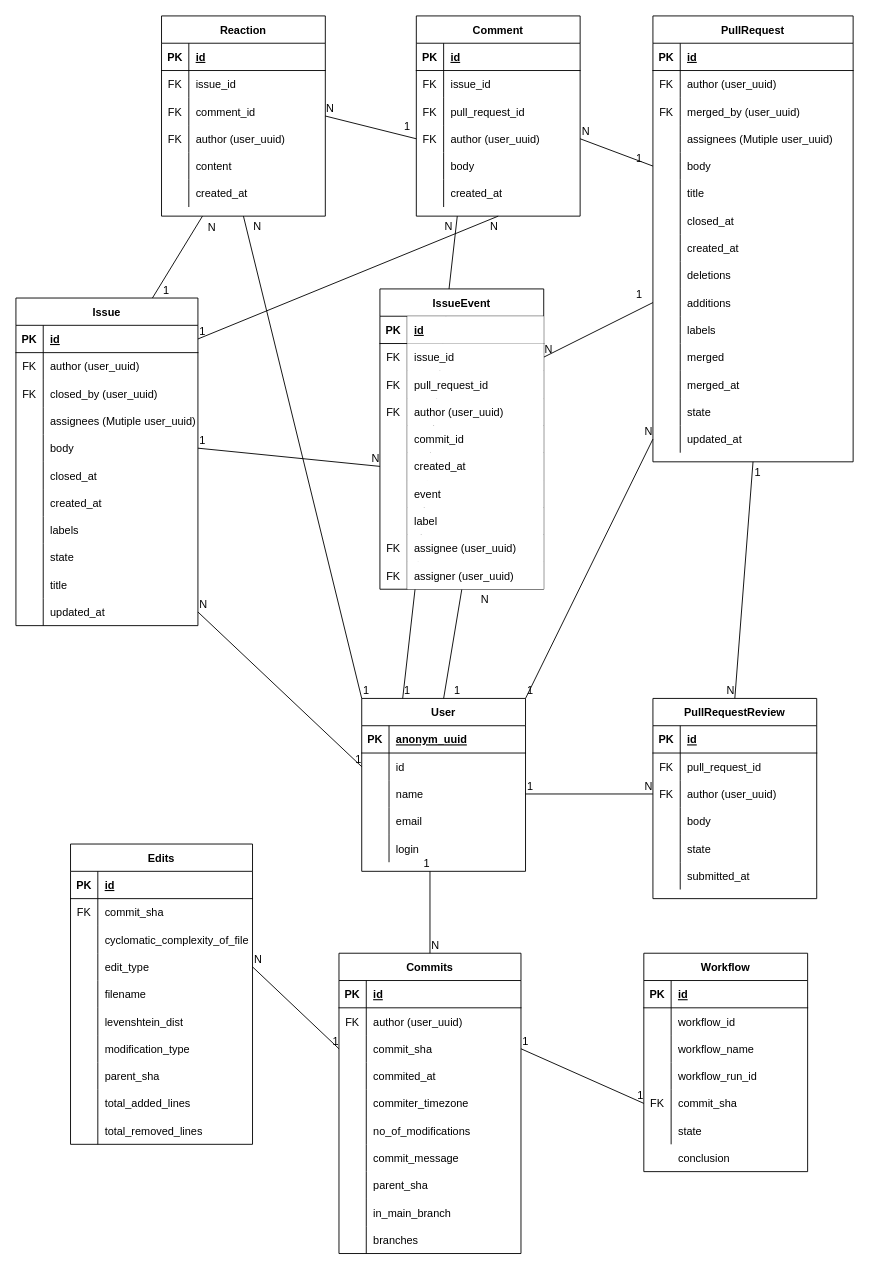
The draw.io diagram docu/ER_diagram/ER_diagram.drawio in TUBAF-IFI-DiPiT/github2pandas, before the edit. Source tidied: cells renumbered, new cells numbered last; positions are measured from the earlier drawing's top-left corner, leaving out a move shared by most shapes. Both pictures are drawn from the tidied source at 91%, with x=0, y=0 at pixel (15, 15).
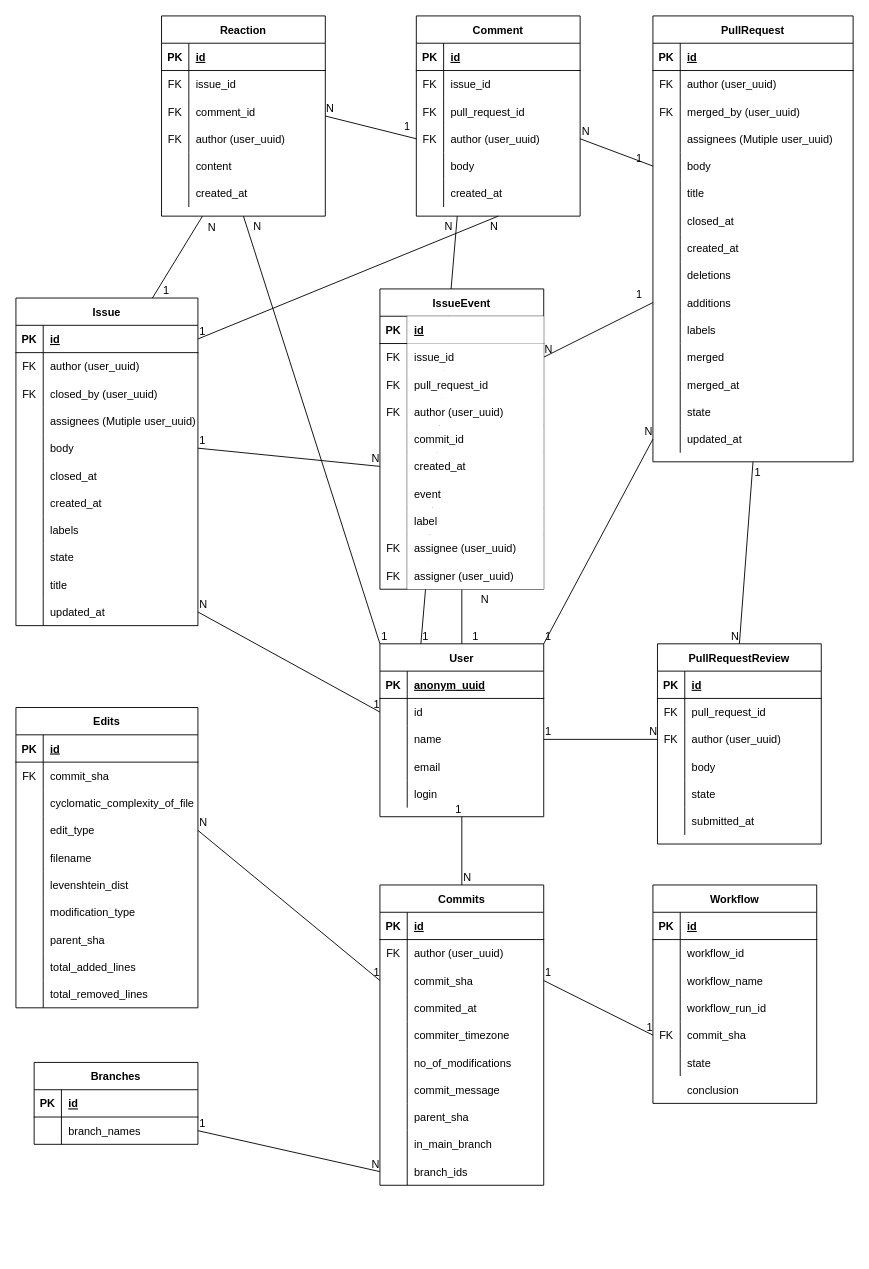
Above is the later version.

Diff of the diagram source:
```diff
@@
     <mxCell id="74" value="User" style="shape=table;startSize=30;childLayout=tableLayout;rowLines=0;fontStyle=1;align=center;" parent="1" vertex="1">
-      <mxGeometry x="380" y="750" width="180" height="190" as="geometry" />
+      <mxGeometry x="400" y="690" width="180" height="190" as="geometry" />
     </mxCell>
@@
     <mxCell id="136" value="PullRequestReview" style="shape=table;startSize=30;childLayout=tableLayout;rowLines=0;fontStyle=1;align=center;" parent="1" vertex="1">
-      <mxGeometry x="700" y="750" width="180" height="220" as="geometry" />
+      <mxGeometry x="705" y="690" width="180" height="220" as="geometry" />
     </mxCell>
@@
     <mxCell id="225" value="Commits" style="shape=table;startSize=30;childLayout=tableLayout;rowLines=0;fontStyle=1;align=center;" parent="1" vertex="1">
-      <mxGeometry x="355" y="1030" width="200" height="330" as="geometry" />
+      <mxGeometry x="400" y="955" width="180" height="330" as="geometry" />
     </mxCell>
     <mxCell id="226" style="shape=partialRectangle;fillColor=none;top=0;left=0;bottom=1;right=0;" parent="225" vertex="1">
-      <mxGeometry y="30" width="200" height="30" as="geometry" />
+      <mxGeometry y="30" width="180" height="30" as="geometry" />
     </mxCell>
@@
     <mxCell id="228" value="id" style="shape=partialRectangle;fillColor=none;top=0;left=0;bottom=0;right=0;align=left;spacingLeft=6;fontStyle=5;overflow=hidden;" parent="226" vertex="1">
-      <mxGeometry x="30" width="170" height="30" as="geometry" />
+      <mxGeometry x="30" width="150" height="30" as="geometry" />
     </mxCell>
     <mxCell id="229" style="shape=partialRectangle;fillColor=none;top=0;left=0;bottom=0;right=0;" parent="225" vertex="1">
-      <mxGeometry y="60" width="200" height="30" as="geometry" />
+      <mxGeometry y="60" width="180" height="30" as="geometry" />
     </mxCell>
@@
     <mxCell id="231" value="author  (user_uuid)" style="shape=partialRectangle;fillColor=none;top=0;left=0;bottom=0;right=0;align=left;spacingLeft=6;overflow=hidden;" parent="229" vertex="1">
-      <mxGeometry x="30" width="170" height="30" as="geometry" />
+      <mxGeometry x="30" width="150" height="30" as="geometry" />
     </mxCell>
     <mxCell id="232" style="shape=partialRectangle;fillColor=none;top=0;left=0;bottom=0;right=0;points=[[0,0.5],[1,0.5]];portConstraint=eastwest;" parent="225" vertex="1">
-      <mxGeometry y="90" width="200" height="30" as="geometry" />
+      <mxGeometry y="90" width="180" height="30" as="geometry" />
     </mxCell>
@@
     <mxCell id="234" value="commit_sha" style="shape=partialRectangle;fillColor=none;top=0;left=0;bottom=0;right=0;align=left;spacingLeft=6;overflow=hidden;" parent="232" vertex="1">
-      <mxGeometry x="30" width="170" height="30" as="geometry" />
+      <mxGeometry x="30" width="150" height="30" as="geometry" />
     </mxCell>
     <mxCell id="235" style="shape=partialRectangle;fillColor=none;top=0;left=0;bottom=0;right=0;" parent="225" vertex="1">
-      <mxGeometry y="120" width="200" height="30" as="geometry" />
+      <mxGeometry y="120" width="180" height="30" as="geometry" />
     </mxCell>
@@
     <mxCell id="237" value="commited_at" style="shape=partialRectangle;fillColor=none;top=0;left=0;bottom=0;right=0;align=left;spacingLeft=6;overflow=hidden;" parent="235" vertex="1">
-      <mxGeometry x="30" width="170" height="30" as="geometry" />
+      <mxGeometry x="30" width="150" height="30" as="geometry" />
     </mxCell>
     <mxCell id="238" style="shape=partialRectangle;fillColor=none;top=0;left=0;bottom=0;right=0;" parent="225" vertex="1">
-      <mxGeometry y="150" width="200" height="30" as="geometry" />
+      <mxGeometry y="150" width="180" height="30" as="geometry" />
     </mxCell>
@@
     <mxCell id="240" value="commiter_timezone" style="shape=partialRectangle;fillColor=none;top=0;left=0;bottom=0;right=0;align=left;spacingLeft=6;overflow=hidden;" parent="238" vertex="1">
-      <mxGeometry x="30" width="170" height="30" as="geometry" />
+      <mxGeometry x="30" width="150" height="30" as="geometry" />
     </mxCell>
     <mxCell id="241" style="shape=partialRectangle;fillColor=none;top=0;left=0;bottom=0;right=0;" parent="225" vertex="1">
-      <mxGeometry y="180" width="200" height="30" as="geometry" />
+      <mxGeometry y="180" width="180" height="30" as="geometry" />
     </mxCell>
@@
     <mxCell id="243" value="no_of_modifications" style="shape=partialRectangle;fillColor=none;top=0;left=0;bottom=0;right=0;align=left;spacingLeft=6;overflow=hidden;" parent="241" vertex="1">
-      <mxGeometry x="30" width="170" height="30" as="geometry" />
+      <mxGeometry x="30" width="150" height="30" as="geometry" />
     </mxCell>
     <mxCell id="244" style="shape=partialRectangle;fillColor=none;top=0;left=0;bottom=0;right=0;" parent="225" vertex="1">
-      <mxGeometry y="210" width="200" height="30" as="geometry" />
+      <mxGeometry y="210" width="180" height="30" as="geometry" />
     </mxCell>
@@
     <mxCell id="246" value="commit_message" style="shape=partialRectangle;fillColor=none;top=0;left=0;bottom=0;right=0;align=left;spacingLeft=6;overflow=hidden;" parent="244" vertex="1">
-      <mxGeometry x="30" width="170" height="30" as="geometry" />
+      <mxGeometry x="30" width="150" height="30" as="geometry" />
     </mxCell>
     <mxCell id="247" style="shape=partialRectangle;fillColor=none;top=0;left=0;bottom=0;right=0;" parent="225" vertex="1">
-      <mxGeometry y="240" width="200" height="30" as="geometry" />
+      <mxGeometry y="240" width="180" height="30" as="geometry" />
     </mxCell>
@@
     <mxCell id="249" value="parent_sha" style="shape=partialRectangle;fillColor=none;top=0;left=0;bottom=0;right=0;align=left;spacingLeft=6;overflow=hidden;" parent="247" vertex="1">
-      <mxGeometry x="30" width="170" height="30" as="geometry" />
+      <mxGeometry x="30" width="150" height="30" as="geometry" />
     </mxCell>
     <mxCell id="250" style="shape=partialRectangle;fillColor=none;top=0;left=0;bottom=0;right=0;" parent="225" vertex="1">
-      <mxGeometry y="270" width="200" height="30" as="geometry" />
+      <mxGeometry y="270" width="180" height="30" as="geometry" />
     </mxCell>
@@
     <mxCell id="252" value="in_main_branch" style="shape=partialRectangle;fillColor=none;top=0;left=0;bottom=0;right=0;align=left;spacingLeft=6;overflow=hidden;" parent="250" vertex="1">
-      <mxGeometry x="30" width="170" height="30" as="geometry" />
+      <mxGeometry x="30" width="150" height="30" as="geometry" />
     </mxCell>
     <mxCell id="253" style="shape=partialRectangle;fillColor=none;top=0;left=0;bottom=0;right=0;points=[[0,0.5],[1,0.5]];portConstraint=eastwest;" parent="225" vertex="1">
-      <mxGeometry y="300" width="200" height="30" as="geometry" />
+      <mxGeometry y="300" width="180" height="30" as="geometry" />
     </mxCell>
@@
-    <mxCell id="255" value="branches" style="shape=partialRectangle;fillColor=none;top=0;left=0;bottom=0;right=0;align=left;spacingLeft=6;overflow=hidden;" parent="253" vertex="1">
-      <mxGeometry x="30" width="170" height="30" as="geometry" />
+    <mxCell id="255" value="branch_ids" style="shape=partialRectangle;fillColor=none;top=0;left=0;bottom=0;right=0;align=left;spacingLeft=6;overflow=hidden;" parent="253" vertex="1">
+      <mxGeometry x="30" width="150" height="30" as="geometry" />
     </mxCell>
-    <mxCell id="256" style="endArrow=none;html=1;rounded=0;exitX=0.5;exitY=0;exitDx=0;exitDy=0;" parent="1" edge="1" source="225">
-      <mxGeometry relative="1" as="geometry">
-        <mxPoint x="455" y="940" as="targetPoint" />
-      </mxGeometry>
+    <mxCell id="256" style="endArrow=none;html=1;rounded=0;exitX=0.5;exitY=0;exitDx=0;exitDy=0;entryX=0.5;entryY=1;entryDx=0;entryDy=0;" parent="1" edge="1" source="225" target="74">
+      <mxGeometry relative="1" as="geometry" />
     </mxCell>
@@
     <mxCell id="259" value="Edits" style="shape=table;startSize=30;childLayout=tableLayout;rowLines=0;fontStyle=1;align=center;" parent="1" vertex="1">
-      <mxGeometry x="60" y="910" width="200" height="330" as="geometry" />
+      <mxGeometry y="760" width="200" height="330" as="geometry" />
     </mxCell>
@@
     <mxCell id="293" value="Workflow" style="shape=table;startSize=30;childLayout=tableLayout;rowLines=0;fontStyle=1;align=center;" parent="1" vertex="1">
-      <mxGeometry x="690" y="1030" width="180" height="240" as="geometry" />
+      <mxGeometry x="700" y="955" width="180" height="240" as="geometry" />
     </mxCell>
@@
     <mxCell id="315" value="conclusion" style="shape=partialRectangle;fillColor=none;top=0;left=0;bottom=0;right=0;align=left;spacingLeft=6;overflow=hidden;" parent="1" vertex="1">
-      <mxGeometry x="720" y="1240" width="150" height="30" as="geometry" />
+      <mxGeometry x="730" y="1165" width="150" height="30" as="geometry" />
     </mxCell>
+    <mxCell id="316" value="Branches" style="shape=table;startSize=30;childLayout=tableLayout;rowLines=0;fontStyle=1;align=center;" parent="1" vertex="1">
+      <mxGeometry x="20" y="1150" width="180" height="90" as="geometry" />
+    </mxCell>
+    <mxCell id="317" style="shape=partialRectangle;fillColor=none;top=0;left=0;bottom=1;right=0;" parent="316" vertex="1">
+      <mxGeometry y="30" width="180" height="30" as="geometry" />
+    </mxCell>
+    <mxCell id="318" value="PK" style="shape=partialRectangle;fillColor=none;top=0;left=0;bottom=0;right=0;fontStyle=1;overflow=hidden;" parent="317" vertex="1">
+      <mxGeometry width="30" height="30" as="geometry" />
+    </mxCell>
+    <mxCell id="319" value="id" style="shape=partialRectangle;fillColor=none;top=0;left=0;bottom=0;right=0;align=left;spacingLeft=6;fontStyle=5;overflow=hidden;" parent="317" vertex="1">
+      <mxGeometry x="30" width="150" height="30" as="geometry" />
+    </mxCell>
+    <mxCell id="320" style="shape=partialRectangle;fillColor=none;top=0;left=0;bottom=0;right=0;points=[[0,0.5],[1,0.5]];portConstraint=eastwest;" parent="316" vertex="1">
+      <mxGeometry y="60" width="180" height="30" as="geometry" />
+    </mxCell>
+    <mxCell id="321" style="shape=partialRectangle;fillColor=none;top=0;left=0;bottom=0;right=0;fontStyle=0;overflow=hidden;" parent="320" vertex="1">
+      <mxGeometry width="30" height="30" as="geometry" />
+    </mxCell>
+    <mxCell id="322" value="branch_names" style="shape=partialRectangle;fillColor=none;top=0;left=0;bottom=0;right=0;align=left;spacingLeft=6;fontStyle=0;overflow=hidden;" parent="320" vertex="1">
+      <mxGeometry x="30" width="150" height="30" as="geometry" />
+    </mxCell>
+    <mxCell id="323" style="endArrow=none;html=1;rounded=0;exitX=1;exitY=0.5;exitDx=0;exitDy=0;entryX=0;entryY=0.5;entryDx=0;entryDy=0;" parent="1" edge="1" source="320" target="253">
+      <mxGeometry relative="1" as="geometry" />
+    </mxCell>
+    <mxCell id="324" value="1" style="html=1;align=left;verticalAlign=bottom;" parent="323" vertex="1">
+      <mxGeometry x="-1" relative="1" as="geometry" />
+    </mxCell>
+    <mxCell id="325" value="&lt;div&gt;N&lt;/div&gt;" style="html=1;align=right;verticalAlign=bottom;" parent="323" vertex="1">
+      <mxGeometry x="1" relative="1" as="geometry" />
+    </mxCell>
```
